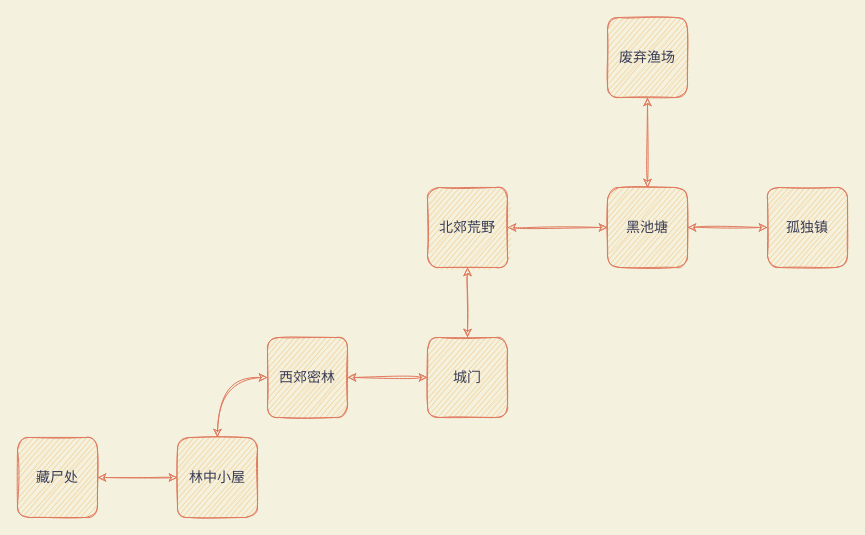
Sun-FreePort/end-world-site keeps this draw.io diagram as page "大地图" (3 of 4) of public/UI.drawio. Above is the earlier version. Source tidied: cells renumbered, new cells numbered last; positions are measured from the earlier drawing's top-left corner, leaving out a move shared by most shapes. Both pictures are drawn from the tidied source at 100%, with x=0, y=0 at pixel (17, 17).
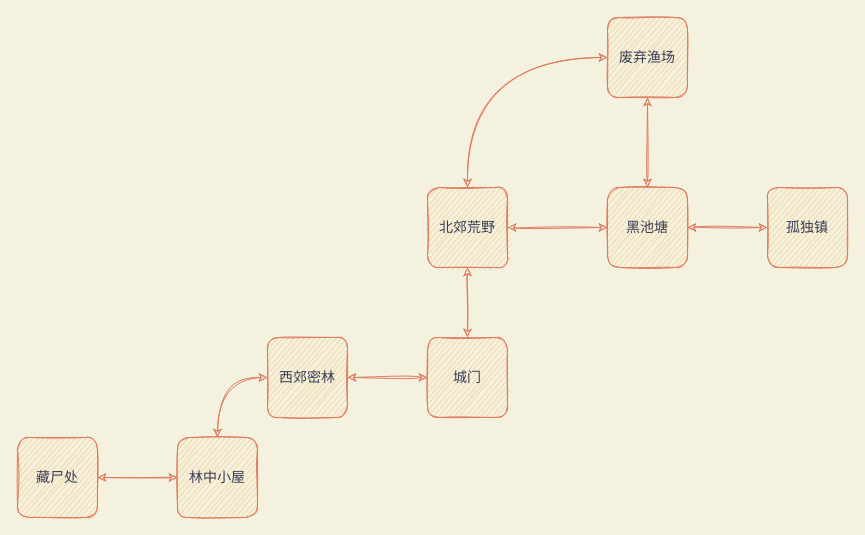
The same page after the edit.

Unchanged cells that the change refers to:
```xml
<mxCell id="11" value="&lt;font style=&quot;font-size: 14px&quot;&gt;北郊荒野&lt;/font&gt;" style="whiteSpace=wrap;html=1;fillColor=#F2CC8F;shadow=0;glass=0;strokeColor=#E07A5F;fontColor=#393C56;rounded=1;sketch=1;" parent="1" vertex="1">
  <mxGeometry x="410" y="170" width="80" height="80" as="geometry" />
</mxCell>
<mxCell id="15" value="&lt;font style=&quot;font-size: 14px&quot;&gt;废弃渔场&lt;/font&gt;" style="whiteSpace=wrap;html=1;fillColor=#F2CC8F;shadow=0;glass=0;strokeColor=#E07A5F;fontColor=#393C56;rounded=1;sketch=1;" parent="1" vertex="1">
  <mxGeometry x="590" width="80" height="80" as="geometry" />
</mxCell>
```

Change to the diagram source:
```diff
@@
+    <mxCell id="17" style="edgeStyle=orthogonalEdgeStyle;jettySize=auto;html=1;fontColor=#393C56;strokeColor=#E07A5F;fillColor=#F2CC8F;labelBackgroundColor=#F4F1DE;startArrow=classic;startFill=1;sketch=1;curved=1;" parent="1" edge="1" source="11" target="15">
+      <mxGeometry relative="1" as="geometry">
+        <Array as="points">
+          <mxPoint x="450" y="40" />
+        </Array>
+      </mxGeometry>
+    </mxCell>
```
